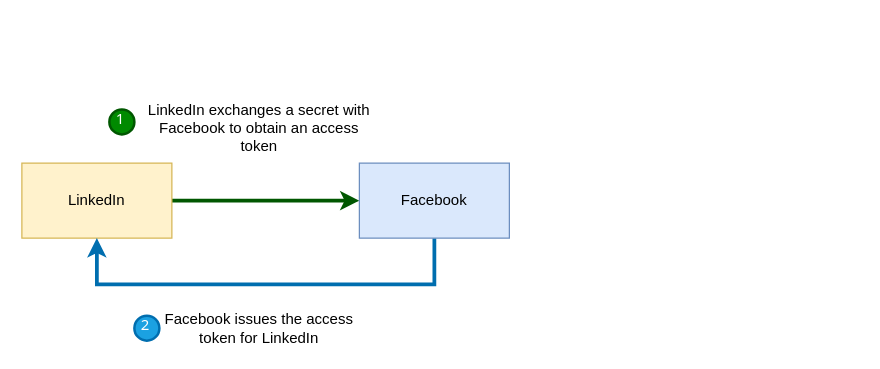
The draw.io diagram page "11.5" (5 of 15) of ch11.drawio in abunuwas/microservices-apis-img, before the edit. Source tidied: cells renumbered, new cells numbered last; positions are measured from the earlier drawing's top-left corner, leaving out a move shared by most shapes. Both pictures are drawn from the tidied source at 125%, with x=0, y=0 at pixel (21, 109).
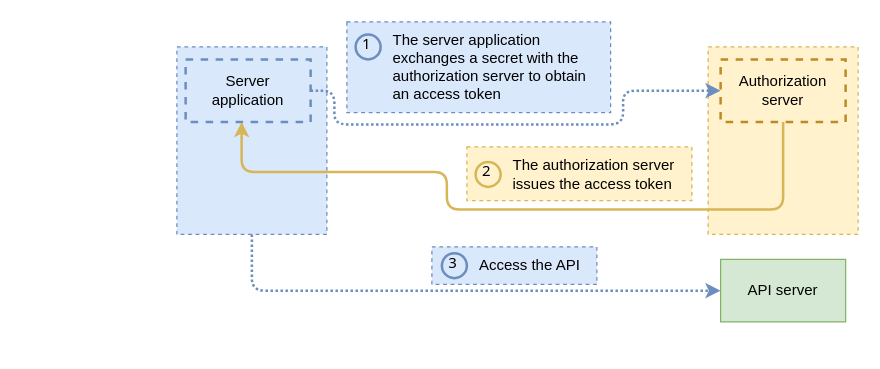
The same diagram, later.

Diff of the diagram source:
```diff
@@
-    <mxCell id="2" style="edgeStyle=orthogonalEdgeStyle;rounded=0;jettySize=auto;html=1;strokeWidth=3;fillColor=#008a00;strokeColor=#005700;" parent="1" edge="1" source="3" target="5">
-      <mxGeometry relative="1" as="geometry" />
-    </mxCell>
-    <mxCell id="3" value="LinkedIn" style="rounded=0;whiteSpace=wrap;html=1;fillColor=#fff2cc;strokeColor=#d6b656;" parent="1" vertex="1">
-      <mxGeometry y="43" width="120" height="60" as="geometry" />
-    </mxCell>
-    <mxCell id="4" style="edgeStyle=orthogonalEdgeStyle;rounded=0;jettySize=auto;html=1;entryX=0.5;entryY=1;entryDx=0;entryDy=0;strokeWidth=3;fillColor=#1ba1e2;strokeColor=#006EAF;" parent="1" edge="1" source="5" target="3">
-      <mxGeometry relative="1" as="geometry">
-        <Array as="points">
-          <mxPoint x="330" y="140" />
-          <mxPoint x="60" y="140" />
-        </Array>
-      </mxGeometry>
-    </mxCell>
-    <mxCell id="5" value="Facebook" style="rounded=0;whiteSpace=wrap;html=1;fillColor=#dae8fc;strokeColor=#6c8ebf;" parent="1" vertex="1">
-      <mxGeometry x="270" y="43" width="120" height="60" as="geometry" />
-    </mxCell>
-    <mxCell id="6" value="LinkedIn exchanges a secret with Facebook to obtain an access token" style="text;html=1;strokeColor=none;fillColor=none;align=center;verticalAlign=middle;whiteSpace=wrap;rounded=0;" parent="1" vertex="1">
-      <mxGeometry x="100" width="180" height="30" as="geometry" />
-    </mxCell>
-    <mxCell id="7" value="Facebook issues the access token for LinkedIn" style="text;html=1;strokeColor=none;fillColor=none;align=center;verticalAlign=middle;whiteSpace=wrap;rounded=0;" parent="1" vertex="1">
-      <mxGeometry x="100" y="160" width="180" height="30" as="geometry" />
-    </mxCell>
+    <mxCell id="10" style="rounded=0;whiteSpace=wrap;html=1;strokeColor=#d6b656;dashed=1;fillColor=#fff2cc;" parent="1" vertex="1">
+      <mxGeometry x="549" y="-50" width="120" height="150" as="geometry" />
+    </mxCell>
+    <mxCell id="11" style="rounded=0;whiteSpace=wrap;html=1;strokeColor=#6c8ebf;dashed=1;fillColor=#dae8fc;" parent="1" vertex="1">
+      <mxGeometry x="124" y="-50" width="120" height="150" as="geometry" />
+    </mxCell>
+    <mxCell id="12" style="edgeStyle=orthogonalEdgeStyle;rounded=1;jettySize=auto;html=1;strokeColor=#6c8ebf;strokeWidth=2;dashed=1;fillColor=#dae8fc;dashPattern=1 1;exitX=1;exitY=0.5;exitDx=0;exitDy=0;" parent="1" edge="1" source="17" target="14">
+      <mxGeometry relative="1" as="geometry">
+        <Array as="points">
+          <mxPoint x="250" y="-15" />
+          <mxPoint x="250" y="12" />
+          <mxPoint x="481" y="12" />
+          <mxPoint x="481" y="-15" />
+        </Array>
+      </mxGeometry>
+    </mxCell>
+    <mxCell id="13" style="edgeStyle=orthogonalEdgeStyle;rounded=1;jettySize=auto;html=1;entryX=0.448;entryY=1;entryDx=0;entryDy=0;entryPerimeter=0;strokeColor=#d6b656;strokeWidth=2;fillColor=#fff2cc;" parent="1" edge="1" source="14" target="17">
+      <mxGeometry relative="1" as="geometry">
+        <Array as="points">
+          <mxPoint x="609" y="80" />
+          <mxPoint x="340" y="80" />
+          <mxPoint x="340" y="50" />
+          <mxPoint x="176" y="50" />
+        </Array>
+      </mxGeometry>
+    </mxCell>
+    <mxCell id="14" value="Authorization server" style="rounded=0;whiteSpace=wrap;html=1;dashed=1;fillColor=none;strokeColor=#BD8A26;strokeWidth=2;" parent="1" vertex="1">
+      <mxGeometry x="559" y="-40" width="100" height="50" as="geometry" />
+    </mxCell>
+    <mxCell id="15" value="&lt;span style=&quot;text-align: center;&quot;&gt;The server application exchanges a secret with the authorization server to obtain an access token&lt;/span&gt;" style="text;html=1;strokeColor=#6c8ebf;fillColor=#dae8fc;align=left;verticalAlign=middle;whiteSpace=wrap;rounded=0;dashed=1;spacingLeft=35;spacingRight=5;" parent="1" vertex="1">
+      <mxGeometry x="260" y="-70" width="211" height="72.5" as="geometry" />
+    </mxCell>
+    <mxCell id="16" value="The authorization server issues the access token" style="text;html=1;strokeColor=#d6b656;fillColor=#fff2cc;align=left;verticalAlign=middle;whiteSpace=wrap;rounded=0;dashed=1;spacingLeft=35;spacingRight=7;" parent="1" vertex="1">
+      <mxGeometry x="356" y="30" width="180" height="43" as="geometry" />
+    </mxCell>
+    <mxCell id="17" value="Server application" style="rounded=0;whiteSpace=wrap;html=1;dashed=1;fillColor=#dae8fc;strokeColor=#6c8ebf;strokeWidth=2;spacingLeft=10;spacingRight=10;" parent="1" vertex="1">
+      <mxGeometry x="131" y="-40" width="100" height="50" as="geometry" />
+    </mxCell>
-    <mxCell id="8" value="1" style="ellipse;whiteSpace=wrap;html=1;strokeWidth=2;fontFamily=Tahoma;spacingBottom=4;spacingRight=2;strokeColor=#005700;fillColor=#008a00;fontColor=#ffffff;" parent="1" vertex="1">
-      <mxGeometry x="70" width="20" height="20" as="geometry" />
+    <mxCell id="8" value="1" style="ellipse;whiteSpace=wrap;html=1;strokeWidth=2;fontFamily=Tahoma;spacingBottom=4;spacingRight=2;strokeColor=#6c8ebf;fillColor=#dae8fc;" parent="1" vertex="1">
+      <mxGeometry x="267" y="-60" width="20" height="20" as="geometry" />
     </mxCell>
+    <mxCell id="18" style="edgeStyle=orthogonalEdgeStyle;rounded=1;jettySize=auto;html=1;entryX=0;entryY=0.5;entryDx=0;entryDy=0;dashed=1;dashPattern=1 1;strokeWidth=2;fillColor=#dae8fc;strokeColor=#6c8ebf;" parent="1" edge="1" target="19">
+      <mxGeometry relative="1" as="geometry">
+        <mxPoint x="184" y="100" as="sourcePoint" />
+        <Array as="points">
+          <mxPoint x="184" y="145" />
+        </Array>
+      </mxGeometry>
+    </mxCell>
+    <mxCell id="19" value="API server" style="rounded=0;whiteSpace=wrap;html=1;fillColor=#d5e8d4;strokeColor=#82b366;" parent="1" vertex="1">
+      <mxGeometry x="559" y="120" width="100" height="50" as="geometry" />
+    </mxCell>
+    <mxCell id="20" value="Access the API" style="text;html=1;strokeColor=#6c8ebf;fillColor=#dae8fc;align=center;verticalAlign=middle;whiteSpace=wrap;rounded=0;dashed=1;spacingLeft=25;" parent="1" vertex="1">
+      <mxGeometry x="328" y="110" width="132" height="30" as="geometry" />
+    </mxCell>
-    <mxCell id="9" value="2" style="ellipse;whiteSpace=wrap;html=1;strokeWidth=2;fontFamily=Tahoma;spacingBottom=4;spacingRight=2;strokeColor=#006EAF;fillColor=#1ba1e2;fontColor=#ffffff;" parent="1" vertex="1">
-      <mxGeometry x="90" y="165" width="20" height="20" as="geometry" />
+    <mxCell id="9" value="2" style="ellipse;whiteSpace=wrap;html=1;strokeWidth=2;fontFamily=Tahoma;spacingBottom=4;spacingRight=2;strokeColor=#d6b656;fillColor=#fff2cc;" parent="1" vertex="1">
+      <mxGeometry x="363" y="42" width="20" height="20" as="geometry" />
     </mxCell>
+    <mxCell id="21" value="3" style="ellipse;whiteSpace=wrap;html=1;strokeWidth=2;fontFamily=Tahoma;spacingBottom=4;spacingRight=2;strokeColor=#6c8ebf;fillColor=#dae8fc;" parent="1" vertex="1">
+      <mxGeometry x="336" y="115" width="20" height="20" as="geometry" />
+    </mxCell>
```
